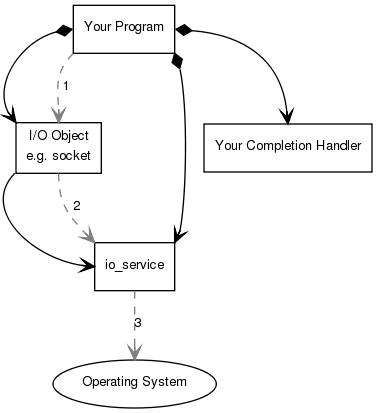
Earlier version of the Graphviz export doc/overview/async_op1.png (boostorg/asio). Its source is kept beside it as doc/overview/async_op1.dot. The source it was exported from:
```dot
digraph g
{
  graph
    [
      nodesep="0.2"
    ];

  edge
    [
      fontname="Helvetica",
      fontsize=10,
      labelfontname="Helvetica",
      labelfontsize=10
    ];

  node
    [
      fontname="Helvetica",
      fontsize=10,
      shape=box
    ];

  edge
    [
      arrowhead="open"
    ]

  {
    operating_system [ label="Operating System", shape=ellipse ];
    io_service [ label="io_service" ];
    io_object [ label="I/O Object\ne.g. socket" ];
    your_program [ label="Your Program" ];
    your_completion_handler [ label="Your Completion Handler" ];
  }

  {
    edge [ arrowtail="diamond" ];
    your_program:e -> your_completion_handler:n;
    your_program:w -> io_object:nw;
    your_program:se -> io_service:ne;
  }

  {
    io_object:sw -> io_service:w;
  }

  {
    edge [ style="dashed", color="#808080" ];

    {
      your_program:sw -> io_object:n [ label="1" ];
      io_object:s -> io_service:nw [ label="2" ];
      io_service:s -> operating_system:n [ label="3" ];
    }
  }

  {
    edge [ style="invis" ];

    {
      your_program:s -> io_service:n [ label="5" ];
    }

    {
      edge [ arrowhead="none", arrowtail="open" ];
      your_completion_handler:s -> io_service:e [ label="6" ];
    }
  }
}
```
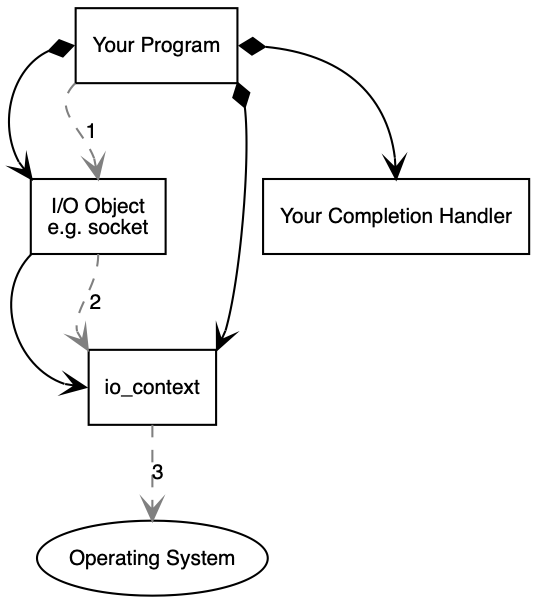
Later version of the same file.

Commit message:
rename io_service to io_context in dot graphs, add a Makefile to generate PNG images from dot graphs.

What changed in the source:
```diff
@@ -27,21 +27,21 @@
 
   {
     operating_system [ label="Operating System", shape=ellipse ];
-    io_service [ label="io_service" ];
+    io_context [ label="io_context" ];
     io_object [ label="I/O Object\ne.g. socket" ];
     your_program [ label="Your Program" ];
     your_completion_handler [ label="Your Completion Handler" ];
   }
 
   {
-    edge [ arrowtail="diamond" ];
+    edge [ arrowtail=diamond, dir=both ];
     your_program:e -> your_completion_handler:n;
     your_program:w -> io_object:nw;
-    your_program:se -> io_service:ne;
+    your_program:se -> io_context:ne;
   }
 
   {
-    io_object:sw -> io_service:w;
+    io_object:sw -> io_context:w;
   }
 
   {
@@ -49,21 +49,9 @@
 
     {
       your_program:sw -> io_object:n [ label="1" ];
-      io_object:s -> io_service:nw [ label="2" ];
-      io_service:s -> operating_system:n [ label="3" ];
+      io_object:s -> io_context:nw [ label="2" ];
+      io_context:s -> operating_system:n [ label="3" ];
     }
   }
 
-  {
-    edge [ style="invis" ];
-
-    {
-      your_program:s -> io_service:n [ label="5" ];
-    }
-
-    {
-      edge [ arrowhead="none", arrowtail="open" ];
-      your_completion_handler:s -> io_service:e [ label="6" ];
-    }
-  }
 }
```
